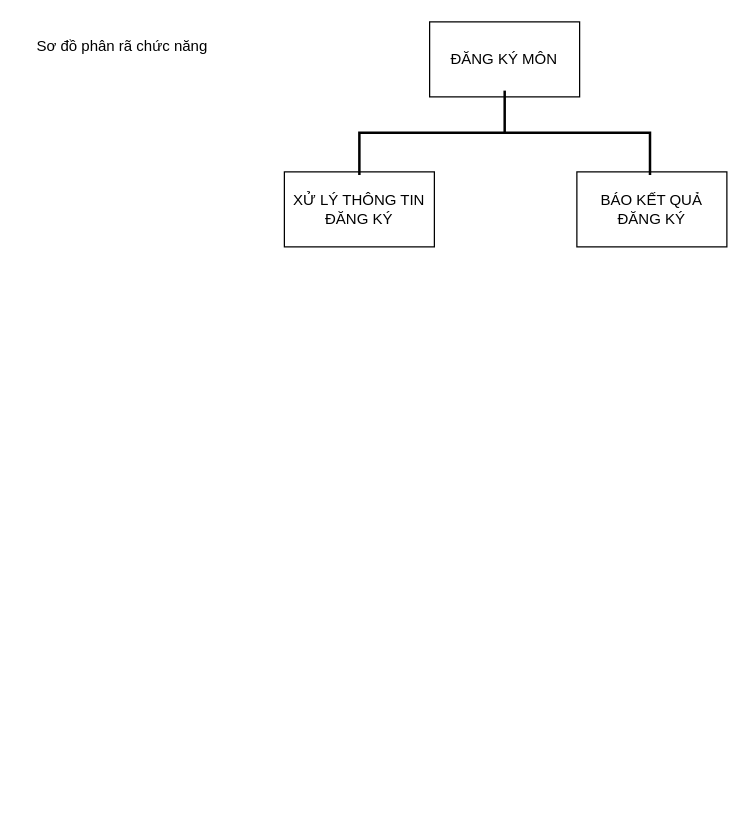
The draw.io diagram Biểu đồ không có tiêu đề.drawio in InfiniteByte1811/branch1, before the edit. Source tidied: cells renumbered, new cells numbered last; positions are measured from the earlier drawing's top-left corner, leaving out a move shared by most shapes. Both pictures are drawn from the tidied source at 125%, with x=0, y=0 at pixel (21, -14).
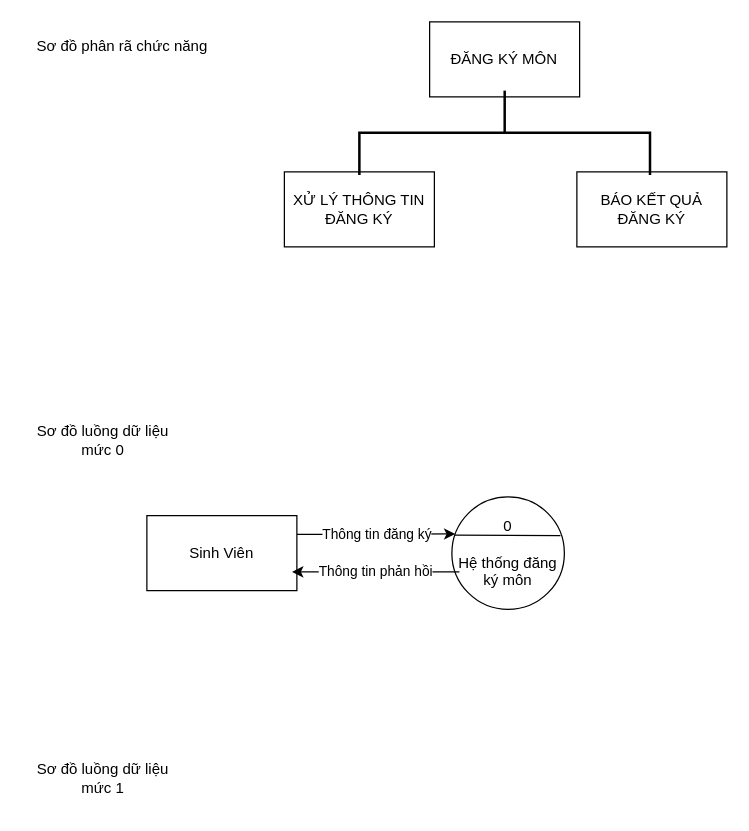
Above is the later version.

Commit message (it also covers changes not shown here):
Cập nhật Biểu đồ không có tiêu đề.drawio

What changed in the source:
```diff
@@
 <mxGraphModel>
   <root>
     <mxCell id="0" />
     <mxCell id="1" parent="0" />
     <mxCell id="2" value="ĐĂNG KÝ MÔN" style="rounded=0;whiteSpace=wrap;html=1;" parent="1" vertex="1">
       <mxGeometry x="326.2" y="28" width="120" height="60" as="geometry" />
     </mxCell>
     <mxCell id="3" value="BÁO KẾT QUẢ ĐĂNG KÝ" style="rounded=0;whiteSpace=wrap;html=1;" parent="1" vertex="1">
       <mxGeometry x="444" y="148" width="120" height="60" as="geometry" />
     </mxCell>
     <mxCell id="4" value="XỬ LÝ THÔNG TIN ĐĂNG KÝ" style="rounded=0;whiteSpace=wrap;html=1;" parent="1" vertex="1">
       <mxGeometry x="210" y="148" width="120" height="60" as="geometry" />
     </mxCell>
     <mxCell id="5" style="strokeWidth=2;html=1;shape=mxgraph.flowchart.annotation_2;align=left;labelPosition=right;rotation=90;" parent="1" vertex="1">
       <mxGeometry x="352.5" y="0.5" width="67.5" height="232.5" as="geometry" />
     </mxCell>
     <mxCell id="6" value="Sơ đồ phân rã chức năng" style="text;html=1;align=center;verticalAlign=middle;strokeColor=none;fillColor=none;" parent="1" vertex="1">
       <mxGeometry y="33" width="160" height="30" as="geometry" />
     </mxCell>
+    <mxCell id="7" value="Sơ đồ luồng dữ liệu mức 0" style="text;html=1;strokeColor=none;fillColor=none;align=center;verticalAlign=middle;whiteSpace=wrap;rounded=0;" parent="1" vertex="1">
+      <mxGeometry x="10" y="338" width="110" height="50" as="geometry" />
+    </mxCell>
+    <mxCell id="8" value="0&lt;br&gt;&lt;br&gt;Hệ thống đăng ký môn&lt;br&gt;" style="ellipse;whiteSpace=wrap;html=1;" parent="1" vertex="1">
+      <mxGeometry x="344" y="408" width="90" height="90" as="geometry" />
+    </mxCell>
+    <mxCell id="9" style="endArrow=none;html=1;rounded=0;entryX=0.965;entryY=0.345;entryDx=0;entryDy=0;entryPerimeter=0;exitX=0.024;exitY=0.339;exitDx=0;exitDy=0;exitPerimeter=0;" parent="1" edge="1" source="8" target="8">
+      <mxGeometry relative="1" as="geometry" />
+    </mxCell>
+    <mxCell id="10" value="Thông tin đăng ký" style="edgeStyle=orthogonalEdgeStyle;rounded=0;jettySize=auto;html=1;exitX=1;exitY=0.25;exitDx=0;exitDy=0;entryX=0.03;entryY=0.329;entryDx=0;entryDy=0;entryPerimeter=0;" parent="1" edge="1" source="11" target="8">
+      <mxGeometry relative="1" as="geometry" />
+    </mxCell>
+    <mxCell id="11" value="Sinh Viên" style="rounded=0;whiteSpace=wrap;html=1;" parent="1" vertex="1">
+      <mxGeometry x="100" y="423" width="120" height="60" as="geometry" />
+    </mxCell>
+    <mxCell id="12" value="Thông tin phản hồi" style="endArrow=classic;html=1;rounded=0;exitX=0.067;exitY=0.667;exitDx=0;exitDy=0;exitPerimeter=0;" parent="1" edge="1" source="8">
+      <mxGeometry relative="1" as="geometry">
+        <mxPoint x="216.2" y="468" as="targetPoint" />
+      </mxGeometry>
+    </mxCell>
+    <mxCell id="13" value="Sơ đồ luồng dữ liệu mức 1" style="text;html=1;strokeColor=none;fillColor=none;align=center;verticalAlign=middle;whiteSpace=wrap;rounded=0;" parent="1" vertex="1">
+      <mxGeometry x="10" y="608" width="110" height="50" as="geometry" />
+    </mxCell>
   </root>
 </mxGraphModel>
```
